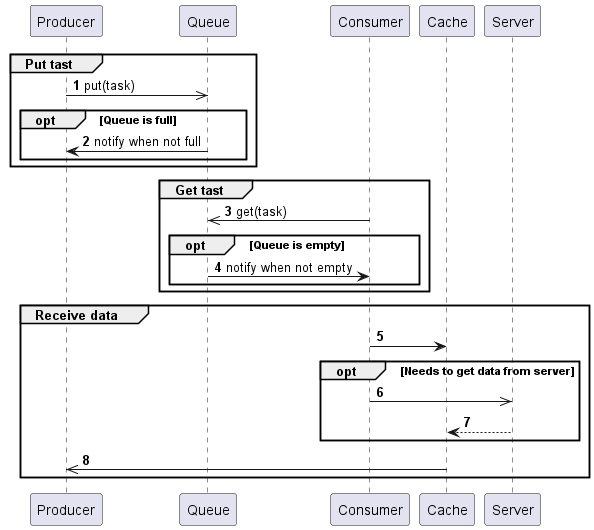
Earlier version of the PlantUML export docs/diagrams/out/uml_seq_diagram_process/uml_seq_diagram_process.png (Slava1511/CPPropblem).
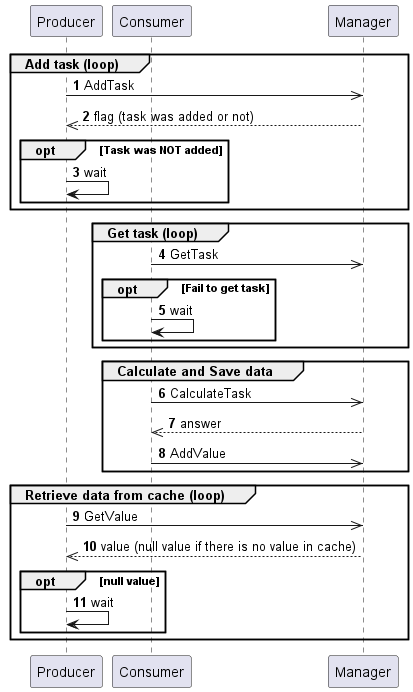
The same diagram one commit later.

Change to the diagram source:
```diff
@@ -2,33 +2,36 @@
 autonumber
 
 participant Producer
-participant Queue
 participant Consumer
-participant Cache
-participant Server
+participant Manager
 
-Group Put tast
-    Producer ->> Queue : put(task)
-    Opt Queue is full
-        Queue -> Producer : notify when not full
+Group Add task (loop)
+    Producer ->> Manager : AddTask
+    return flag (task was added or not)
+    Opt Task was NOT added
+        Producer -> Producer : wait
     end
 end
 
-Group Get tast
-    Consumer ->> Queue : get(task)
-    Opt Queue is empty
-        Queue -> Consumer : notify when not empty
+Group Get task (loop)
+    Consumer ->> Manager : GetTask
+    Opt Fail to get task
+        Consumer -> Consumer : wait
     end
 end
 
-Group Receive data
-    Consumer -> Cache
+Group Calculate and Save data
+    Consumer ->> Manager : CalculateTask
+    return answer
 
-    Opt Needs to get data from server
-        Consumer ->> Server
-        Server --> Cache
+    Consumer ->> Manager : AddValue
+end
+
+Group Retrieve data from cache (loop)
+    Producer ->> Manager : GetValue
+    return value (null value if there is no value in cache)
+    Opt null value
+        Producer -> Producer : wait
     end
-
-    Cache ->> Producer
 end
 @enduml
```
